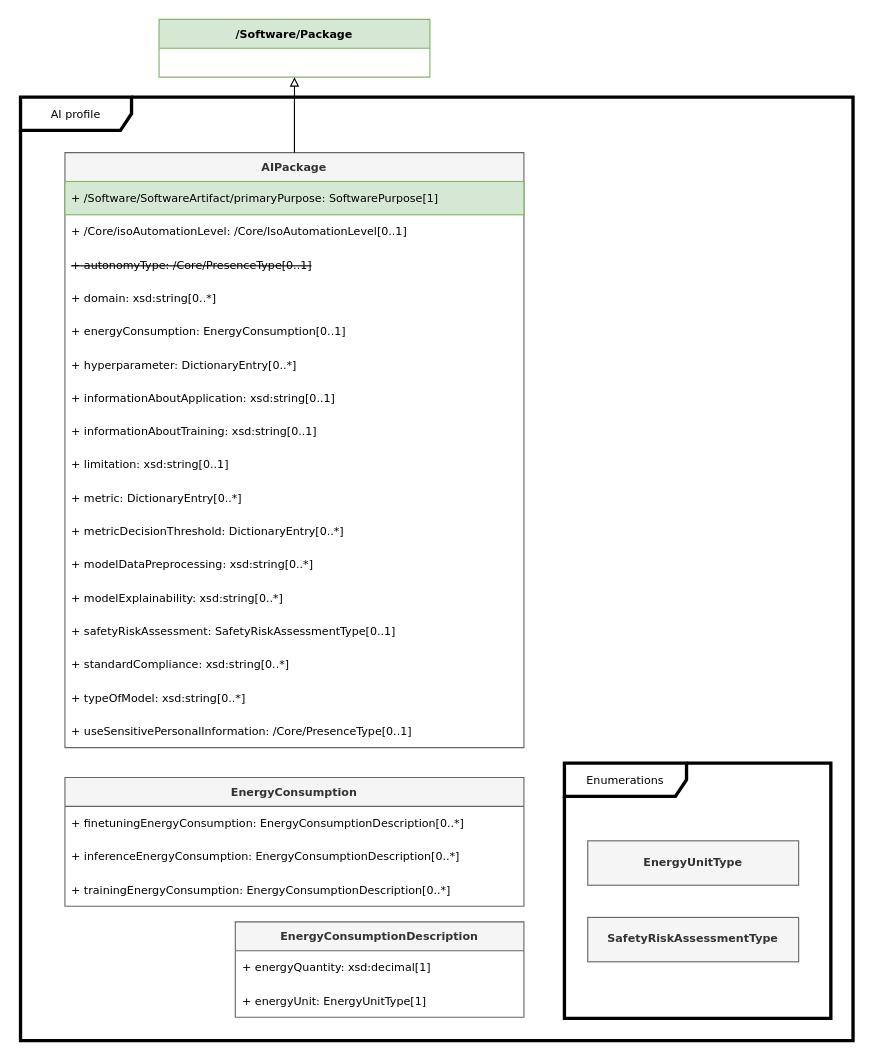
Before: page "AI" (7 of 13) of docs/model.drawio in stevenc-stb/spdx-3-model, a draw.io diagram. Source tidied: cells renumbered, new cells numbered last; positions are measured from the earlier drawing's top-left corner, leaving out a move shared by most shapes. Both pictures are drawn from the tidied source at 111%, with x=0, y=0 at pixel (20, 19).
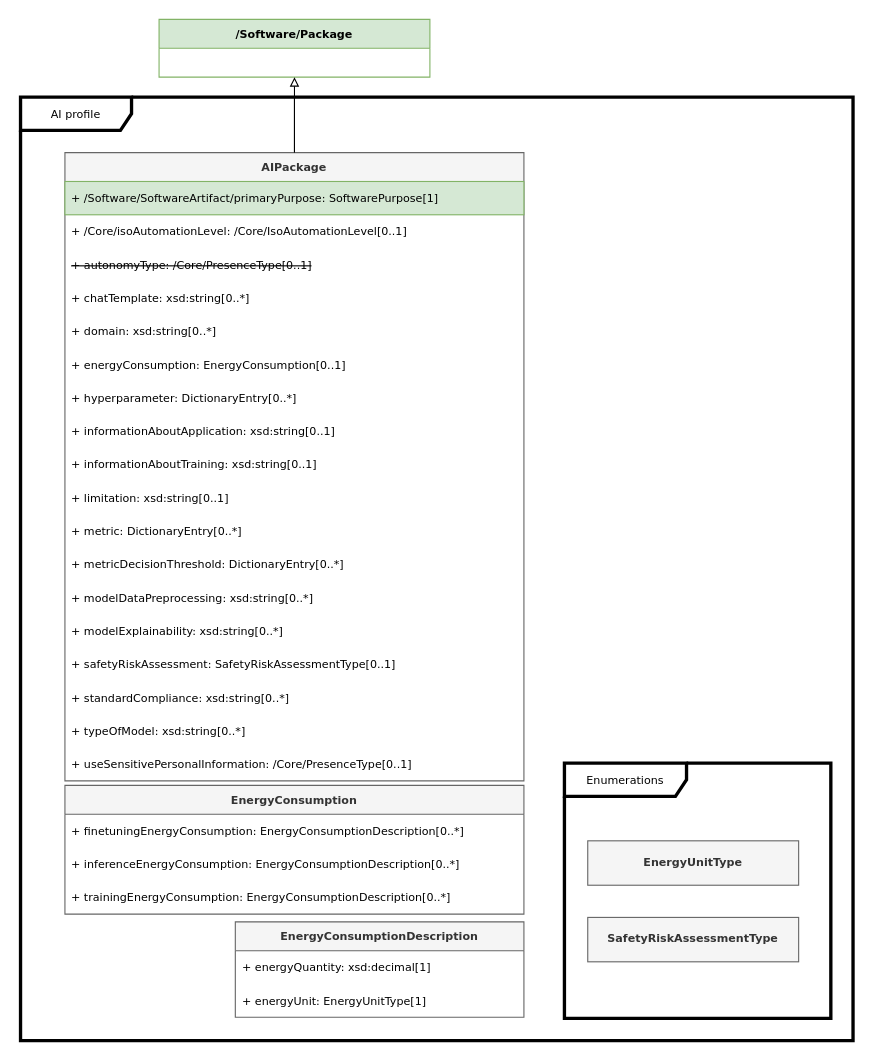
After the change.

Change to the diagram source:
```diff
@@
     <mxCell id="4" value="AIPackage" style="swimlane;fontStyle=1;horizontal=1;startSize=26;fillColor=#f5f5f5;strokeColor=#666666;fontColor=#333333;fontFamily=Verdana;fontSize=10;" parent="1" vertex="1">
-      <mxGeometry x="40" y="120" width="413.5" height="536" as="geometry" />
+      <mxGeometry x="40" y="120" width="413.5" height="566" as="geometry" />
     </mxCell>
@@
+    <mxCell id="34" value="+ chatTemplate: xsd:string[0..*]" style="text;strokeColor=none;fillColor=none;align=left;verticalAlign=middle;spacingLeft=4;spacingRight=4;overflow=hidden;whiteSpace=wrap;html=1;fontFamily=Verdana;fontSize=10;" parent="4" vertex="1">
+      <mxGeometry y="116" width="413.5" height="30" as="geometry" />
+    </mxCell>
     <mxCell id="8" value="+ domain: xsd:string[0..*]" style="text;strokeColor=none;fillColor=none;align=left;verticalAlign=middle;spacingLeft=4;spacingRight=4;overflow=hidden;whiteSpace=wrap;html=1;fontFamily=Verdana;fontSize=10;" parent="4" vertex="1">
-      <mxGeometry y="116" width="413.5" height="30" as="geometry" />
+      <mxGeometry y="146" width="413.5" height="30" as="geometry" />
     </mxCell>
     <mxCell id="9" value="+ energyConsumption: EnergyConsumption[0..1]" style="text;strokeColor=none;fillColor=none;align=left;verticalAlign=middle;spacingLeft=4;spacingRight=4;overflow=hidden;whiteSpace=wrap;html=1;fontFamily=Verdana;fontSize=10;" parent="4" vertex="1">
-      <mxGeometry y="146" width="413.5" height="30" as="geometry" />
+      <mxGeometry y="176" width="413.5" height="30" as="geometry" />
     </mxCell>
     <mxCell id="10" value="+ hyperparameter: DictionaryEntry[0..*]" style="text;strokeColor=none;fillColor=none;align=left;verticalAlign=middle;spacingLeft=4;spacingRight=4;overflow=hidden;whiteSpace=wrap;html=1;fontFamily=Verdana;fontSize=10;" parent="4" vertex="1">
-      <mxGeometry y="176" width="413.5" height="30" as="geometry" />
+      <mxGeometry y="206" width="413.5" height="30" as="geometry" />
     </mxCell>
     <mxCell id="11" value="+ informationAboutApplication: xsd:string[0..1]" style="text;strokeColor=none;fillColor=none;align=left;verticalAlign=middle;spacingLeft=4;spacingRight=4;overflow=hidden;whiteSpace=wrap;html=1;fontFamily=Verdana;fontSize=10;" parent="4" vertex="1">
-      <mxGeometry y="206" width="413.5" height="30" as="geometry" />
+      <mxGeometry y="236" width="413.5" height="30" as="geometry" />
     </mxCell>
     <mxCell id="12" value="+ informationAboutTraining: xsd:string[0..1]" style="text;strokeColor=none;fillColor=none;align=left;verticalAlign=middle;spacingLeft=4;spacingRight=4;overflow=hidden;whiteSpace=wrap;html=1;fontFamily=Verdana;fontSize=10;" parent="4" vertex="1">
-      <mxGeometry y="236" width="413.5" height="30" as="geometry" />
+      <mxGeometry y="266" width="413.5" height="30" as="geometry" />
     </mxCell>
     <mxCell id="13" value="+ limitation: xsd:string[0..1]" style="text;strokeColor=none;fillColor=none;align=left;verticalAlign=middle;spacingLeft=4;spacingRight=4;overflow=hidden;whiteSpace=wrap;html=1;fontFamily=Verdana;fontSize=10;" parent="4" vertex="1">
-      <mxGeometry y="266" width="413.5" height="30" as="geometry" />
+      <mxGeometry y="296" width="413.5" height="30" as="geometry" />
     </mxCell>
     <mxCell id="14" value="+ metric: DictionaryEntry[0..*]" style="text;strokeColor=none;fillColor=none;align=left;verticalAlign=middle;spacingLeft=4;spacingRight=4;overflow=hidden;whiteSpace=wrap;html=1;fontFamily=Verdana;fontSize=10;" parent="4" vertex="1">
-      <mxGeometry y="296" width="413.5" height="30" as="geometry" />
+      <mxGeometry y="326" width="413.5" height="30" as="geometry" />
     </mxCell>
     <mxCell id="15" value="+ metricDecisionThreshold: DictionaryEntry[0..*]" style="text;strokeColor=none;fillColor=none;align=left;verticalAlign=middle;spacingLeft=4;spacingRight=4;overflow=hidden;whiteSpace=wrap;html=1;fontFamily=Verdana;fontSize=10;" parent="4" vertex="1">
-      <mxGeometry y="326" width="413.5" height="30" as="geometry" />
+      <mxGeometry y="356" width="413.5" height="30" as="geometry" />
     </mxCell>
     <mxCell id="16" value="+ modelDataPreprocessing: xsd:string[0..*]" style="text;strokeColor=none;fillColor=none;align=left;verticalAlign=middle;spacingLeft=4;spacingRight=4;overflow=hidden;whiteSpace=wrap;html=1;fontFamily=Verdana;fontSize=10;" parent="4" vertex="1">
-      <mxGeometry y="356" width="413.5" height="30" as="geometry" />
+      <mxGeometry y="386" width="413.5" height="30" as="geometry" />
     </mxCell>
     <mxCell id="17" value="+ modelExplainability: xsd:string[0..*]" style="text;strokeColor=none;fillColor=none;align=left;verticalAlign=middle;spacingLeft=4;spacingRight=4;overflow=hidden;whiteSpace=wrap;html=1;fontFamily=Verdana;fontSize=10;" parent="4" vertex="1">
-      <mxGeometry y="386" width="413.5" height="30" as="geometry" />
+      <mxGeometry y="416" width="413.5" height="30" as="geometry" />
     </mxCell>
     <mxCell id="18" value="+ safetyRiskAssessment: SafetyRiskAssessmentType[0..1]" style="text;strokeColor=none;fillColor=none;align=left;verticalAlign=middle;spacingLeft=4;spacingRight=4;overflow=hidden;whiteSpace=wrap;html=1;fontFamily=Verdana;fontSize=10;" parent="4" vertex="1">
-      <mxGeometry y="416" width="413.5" height="30" as="geometry" />
+      <mxGeometry y="446" width="413.5" height="30" as="geometry" />
     </mxCell>
     <mxCell id="19" value="+ standardCompliance: xsd:string[0..*]" style="text;strokeColor=none;fillColor=none;align=left;verticalAlign=middle;spacingLeft=4;spacingRight=4;overflow=hidden;whiteSpace=wrap;html=1;fontFamily=Verdana;fontSize=10;" parent="4" vertex="1">
-      <mxGeometry y="446" width="413.5" height="30" as="geometry" />
+      <mxGeometry y="476" width="413.5" height="30" as="geometry" />
     </mxCell>
     <mxCell id="20" value="+ typeOfModel: xsd:string[0..*]" style="text;strokeColor=none;fillColor=none;align=left;verticalAlign=middle;spacingLeft=4;spacingRight=4;overflow=hidden;whiteSpace=wrap;html=1;fontFamily=Verdana;fontSize=10;" parent="4" vertex="1">
-      <mxGeometry y="476" width="413.5" height="30" as="geometry" />
+      <mxGeometry y="506" width="413.5" height="30" as="geometry" />
     </mxCell>
     <mxCell id="21" value="+ useSensitivePersonalInformation: /Core/PresenceType[0..1]" style="text;strokeColor=none;fillColor=none;align=left;verticalAlign=middle;spacingLeft=4;spacingRight=4;overflow=hidden;whiteSpace=wrap;html=1;fontFamily=Verdana;fontSize=10;" parent="4" vertex="1">
-      <mxGeometry y="506" width="413.5" height="30" as="geometry" />
+      <mxGeometry y="536" width="413.5" height="30" as="geometry" />
     </mxCell>
@@
     <mxCell id="23" value="EnergyConsumption" style="swimlane;fontStyle=1;horizontal=1;startSize=26;fillColor=#f5f5f5;strokeColor=#666666;fontColor=#333333;fontFamily=Verdana;fontSize=10;" parent="1" vertex="1">
-      <mxGeometry x="40" y="683" width="413.5" height="116" as="geometry" />
+      <mxGeometry x="40" y="690" width="413.5" height="116" as="geometry" />
     </mxCell>
```
